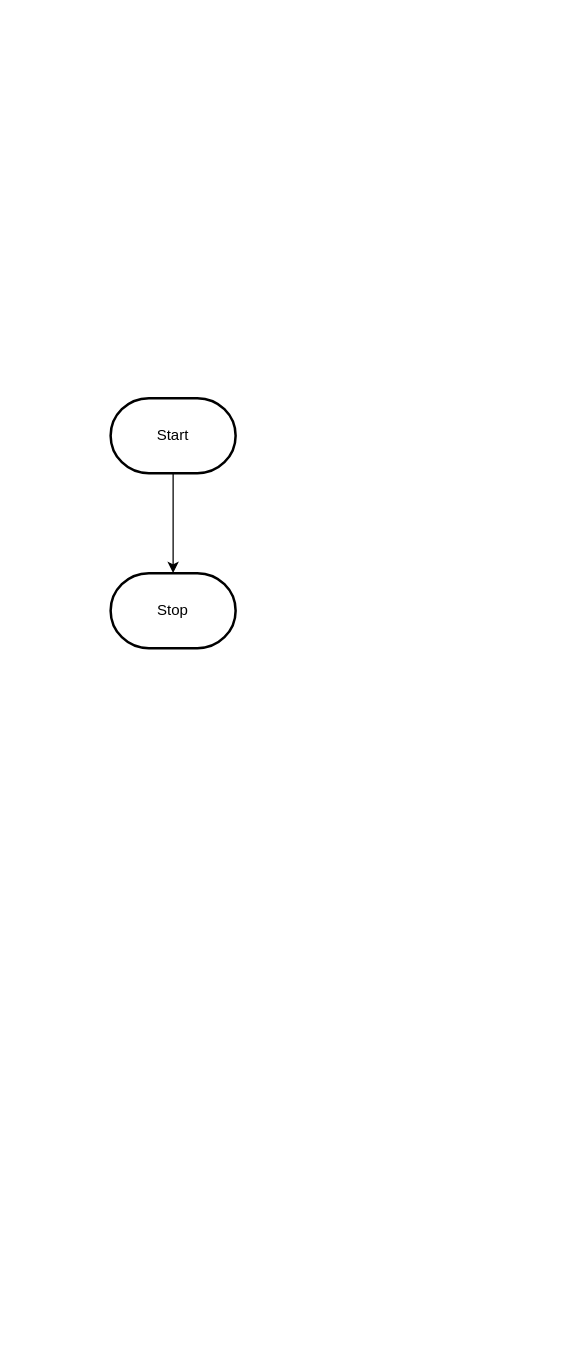
The draw.io diagram design/flowchart.drawio in MTHS-ICD2O-1-2023/ICD2O-Assignment-05-tymofii-stepanov, before the edit. Source tidied: cells renumbered, new cells numbered last; positions are measured from the earlier drawing's top-left corner, leaving out a move shared by most shapes. Both pictures are drawn from the tidied source at 125%, with x=0, y=0 at pixel (110, 398).
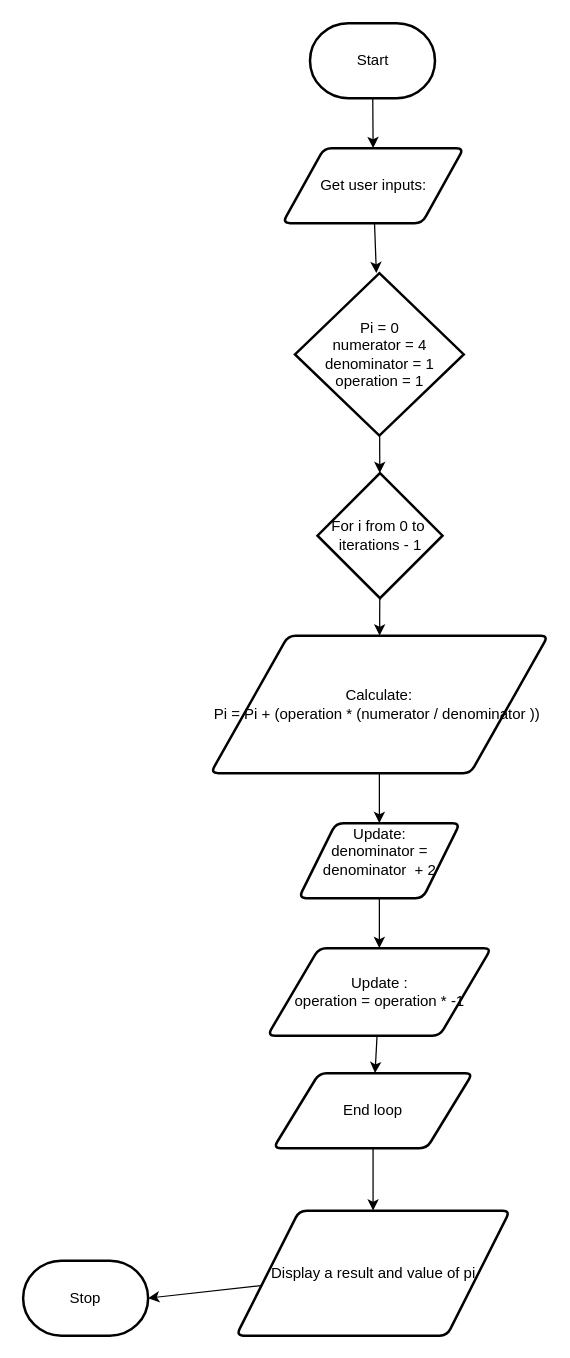
After the change.

Change to the diagram source:
```diff
@@
-    <mxCell id="2" style="edgeStyle=orthogonalEdgeStyle;html=1;rounded=0;" parent="1" edge="1" source="3" target="4">
-      <mxGeometry relative="1" as="geometry" />
-    </mxCell>
+    <mxCell id="5" style="edgeStyle=none;html=1;entryX=0.5;entryY=0;entryDx=0;entryDy=0;" parent="1" edge="1" source="3" target="2">
+      <mxGeometry relative="1" as="geometry" />
+    </mxCell>
     <mxCell id="3" value="Start" style="strokeWidth=2;html=1;shape=mxgraph.flowchart.terminator;whiteSpace=wrap;" parent="1" vertex="1">
-      <mxGeometry width="100" height="60" as="geometry" />
+      <mxGeometry x="159.5" y="-300" width="100" height="60" as="geometry" />
     </mxCell>
     <mxCell id="4" value="Stop" style="strokeWidth=2;html=1;shape=mxgraph.flowchart.terminator;whiteSpace=wrap;" parent="1" vertex="1">
-      <mxGeometry y="140" width="100" height="60" as="geometry" />
+      <mxGeometry x="-70" y="690" width="100" height="60" as="geometry" />
     </mxCell>
+    <mxCell id="6" style="edgeStyle=none;html=1;" parent="1" edge="1" source="2" target="8">
+      <mxGeometry relative="1" as="geometry" />
+    </mxCell>
+    <mxCell id="2" value="Get user inputs:" style="shape=parallelogram;html=1;strokeWidth=2;perimeter=parallelogramPerimeter;whiteSpace=wrap;rounded=1;arcSize=12;size=0.23;" parent="1" vertex="1">
+      <mxGeometry x="137.5" y="-200" width="145" height="60" as="geometry" />
+    </mxCell>
+    <mxCell id="7" style="edgeStyle=none;html=1;" parent="1" edge="1" source="8" target="10">
+      <mxGeometry relative="1" as="geometry" />
+    </mxCell>
+    <mxCell id="8" value="Pi = 0&lt;br&gt;numerator = 4&lt;br&gt;denominator = 1&lt;br&gt;operation = 1" style="strokeWidth=2;html=1;shape=mxgraph.flowchart.decision;whiteSpace=wrap;" parent="1" vertex="1">
+      <mxGeometry x="147.5" y="-100" width="135" height="130" as="geometry" />
+    </mxCell>
+    <mxCell id="9" style="edgeStyle=none;html=1;" parent="1" edge="1" source="10" target="12">
+      <mxGeometry relative="1" as="geometry" />
+    </mxCell>
+    <mxCell id="10" value="For i from 0 to&amp;nbsp;&lt;br&gt;iterations - 1" style="strokeWidth=2;html=1;shape=mxgraph.flowchart.decision;whiteSpace=wrap;" parent="1" vertex="1">
+      <mxGeometry x="165.5" y="60" width="100" height="100" as="geometry" />
+    </mxCell>
+    <mxCell id="11" style="edgeStyle=none;html=1;" parent="1" edge="1" source="12" target="14">
+      <mxGeometry relative="1" as="geometry" />
+    </mxCell>
+    <mxCell id="12" value="Calculate:&lt;br&gt;Pi = Pi + (operation * (numerator / denominator ))&amp;nbsp;" style="shape=parallelogram;html=1;strokeWidth=2;perimeter=parallelogramPerimeter;whiteSpace=wrap;rounded=1;arcSize=12;size=0.23;" parent="1" vertex="1">
+      <mxGeometry x="80" y="190" width="270" height="110" as="geometry" />
+    </mxCell>
+    <mxCell id="13" style="edgeStyle=none;html=1;" parent="1" edge="1" source="14" target="16">
+      <mxGeometry relative="1" as="geometry" />
+    </mxCell>
+    <mxCell id="14" value="Update:&lt;br&gt;denominator = denominator&amp;nbsp; + 2&lt;br&gt;&amp;nbsp;" style="shape=parallelogram;html=1;strokeWidth=2;perimeter=parallelogramPerimeter;whiteSpace=wrap;rounded=1;arcSize=12;size=0.23;" parent="1" vertex="1">
+      <mxGeometry x="150.5" y="340" width="129" height="60" as="geometry" />
+    </mxCell>
+    <mxCell id="15" style="edgeStyle=none;html=1;" parent="1" edge="1" source="16" target="18">
+      <mxGeometry relative="1" as="geometry" />
+    </mxCell>
+    <mxCell id="16" value="Update :&lt;br&gt;operation = operation * -1&lt;br&gt;" style="shape=parallelogram;html=1;strokeWidth=2;perimeter=parallelogramPerimeter;whiteSpace=wrap;rounded=1;arcSize=12;size=0.23;" parent="1" vertex="1">
+      <mxGeometry x="125.5" y="440" width="179" height="70" as="geometry" />
+    </mxCell>
+    <mxCell id="17" style="edgeStyle=none;html=1;" parent="1" edge="1" source="18" target="20">
+      <mxGeometry relative="1" as="geometry" />
+    </mxCell>
+    <mxCell id="18" value="End loop" style="shape=parallelogram;html=1;strokeWidth=2;perimeter=parallelogramPerimeter;whiteSpace=wrap;rounded=1;arcSize=12;size=0.23;" parent="1" vertex="1">
+      <mxGeometry x="130.2" y="540" width="159.5" height="60" as="geometry" />
+    </mxCell>
+    <mxCell id="19" style="edgeStyle=none;html=1;entryX=1;entryY=0.5;entryDx=0;entryDy=0;entryPerimeter=0;" parent="1" edge="1" source="20" target="4">
+      <mxGeometry relative="1" as="geometry" />
+    </mxCell>
+    <mxCell id="20" value="Display a result and value of pi" style="shape=parallelogram;html=1;strokeWidth=2;perimeter=parallelogramPerimeter;whiteSpace=wrap;rounded=1;arcSize=12;size=0.23;" parent="1" vertex="1">
+      <mxGeometry x="100.5" y="650" width="219" height="100" as="geometry" />
+    </mxCell>
```
